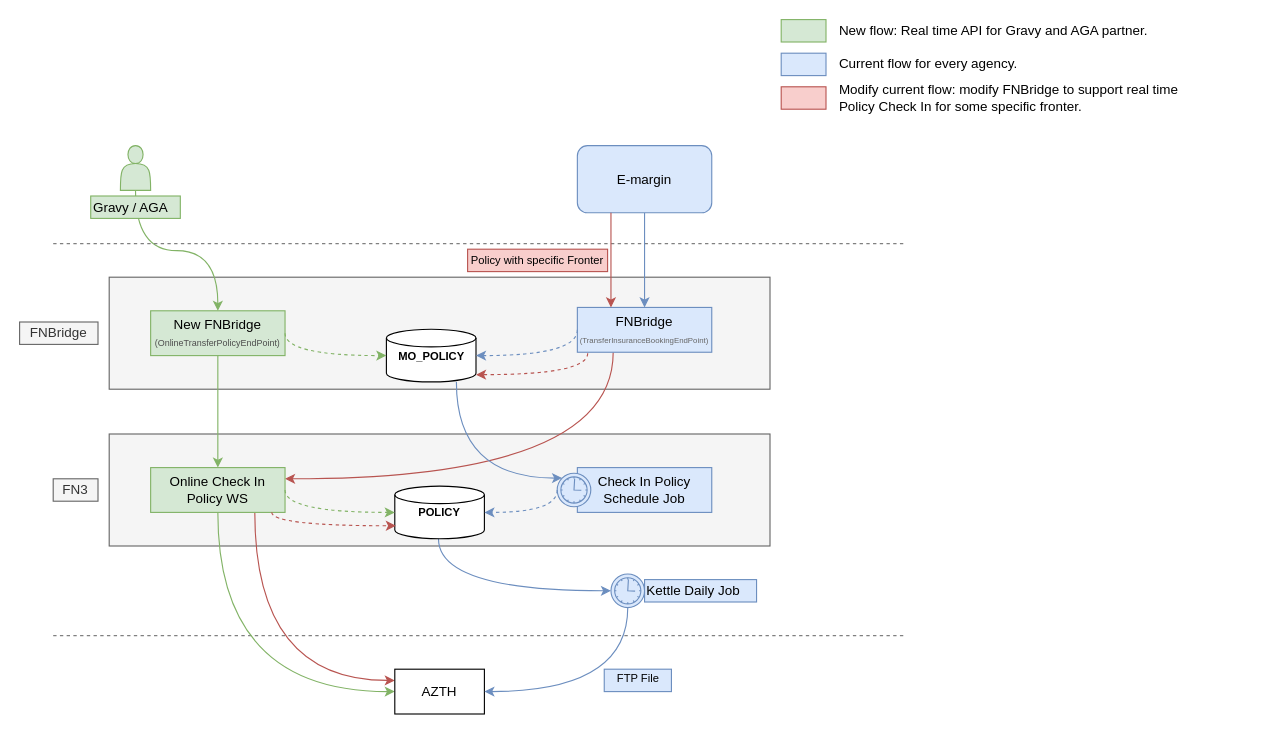
phatcharalaw/my-doc keeps this draw.io diagram as AZTH-NewFNBridgeAPI.drawio. Above is the earlier version. Source tidied: cells renumbered, new cells numbered last; positions are measured from the earlier drawing's top-left corner, leaving out a move shared by most shapes. Both pictures are drawn from the tidied source at 112%, with x=0, y=0 at pixel (19, 19).
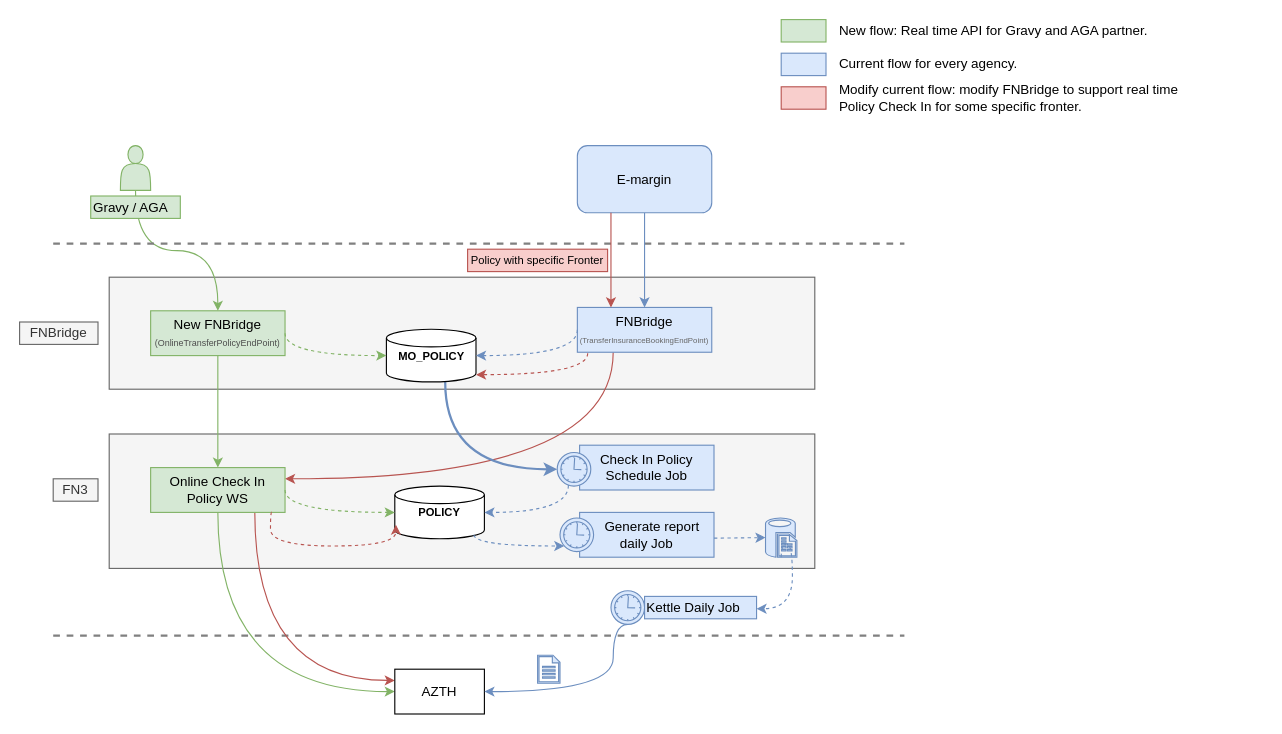
After the change.

The change refers to these unchanged cells:
```xml
<mxCell id="17" value="Online Check In Policy WS" style="rounded=0;whiteSpace=wrap;html=1;fillColor=#d5e8d4;strokeColor=#82b366;" parent="1" vertex="1">
  <mxGeometry x="117" y="400" width="120" height="40" as="geometry" />
</mxCell>
<mxCell id="21" value="MO_POLICY" style="strokeWidth=1;html=1;shape=mxgraph.flowchart.database;whiteSpace=wrap;fontSize=10;fontStyle=1;" parent="1" vertex="1">
  <mxGeometry x="327.5" y="276.5" width="80" height="47" as="geometry" />
</mxCell>
<mxCell id="22" value="AZTH" style="rounded=0;whiteSpace=wrap;html=1;strokeWidth=1;" parent="1" vertex="1">
  <mxGeometry x="335" y="580" width="80" height="40" as="geometry" />
</mxCell>
<mxCell id="24" value="POLICY" style="strokeWidth=1;html=1;shape=mxgraph.flowchart.database;whiteSpace=wrap;fontSize=10;fontStyle=1;" parent="1" vertex="1">
  <mxGeometry x="335" y="416.5" width="80" height="47" as="geometry" />
</mxCell>
```

Change to the diagram source:
```diff
@@
     <mxCell id="2" style="rounded=0;whiteSpace=wrap;html=1;strokeColor=#666666;fillColor=#f5f5f5;fontColor=#333333;" parent="1" vertex="1">
-      <mxGeometry x="80" y="370" width="590" height="100" as="geometry" />
+      <mxGeometry x="80" y="370" width="630" height="120" as="geometry" />
     </mxCell>
     <mxCell id="3" style="rounded=0;whiteSpace=wrap;html=1;strokeColor=#666666;fillColor=#f5f5f5;fontColor=#333333;" parent="1" vertex="1">
-      <mxGeometry x="80" y="230" width="590" height="100" as="geometry" />
+      <mxGeometry x="80" y="230" width="630" height="100" as="geometry" />
     </mxCell>
@@
-    <mxCell id="7" style="endArrow=none;dashed=1;html=1;strokeColor=#808080;" parent="1" edge="1">
+    <mxCell id="7" style="endArrow=none;dashed=1;html=1;strokeColor=#808080;strokeWidth=2;" parent="1" edge="1">
       <mxGeometry relative="1" as="geometry">
         <mxPoint x="30" y="200" as="sourcePoint" />
         <mxPoint x="790" y="200" as="targetPoint" />
       </mxGeometry>
     </mxCell>
-    <mxCell id="8" style="endArrow=none;dashed=1;html=1;strokeColor=#808080;" parent="1" edge="1">
+    <mxCell id="8" style="endArrow=none;dashed=1;html=1;strokeColor=#808080;strokeWidth=2;" parent="1" edge="1">
       <mxGeometry relative="1" as="geometry">
         <mxPoint x="30" y="550" as="sourcePoint" />
         <mxPoint x="790" y="550" as="targetPoint" />
       </mxGeometry>
     </mxCell>
@@
     <mxCell id="18" value="Check In Policy Schedule Job" style="rounded=0;whiteSpace=wrap;html=1;fillColor=#dae8fc;strokeColor=#6c8ebf;" parent="1" vertex="1">
-      <mxGeometry x="498" y="400" width="120" height="40" as="geometry" />
+      <mxGeometry x="500" y="380" width="120" height="40" as="geometry" />
     </mxCell>
     <mxCell id="19" style="shape=mxgraph.bpmn.shape;html=1;verticalLabelPosition=bottom;labelBackgroundColor=#ffffff;verticalAlign=top;align=center;perimeter=ellipsePerimeter;outlineConnect=0;outline=standard;symbol=timer;fillColor=#dae8fc;strokeColor=#6c8ebf;" parent="1" vertex="1">
-      <mxGeometry x="480" y="405" width="30" height="30" as="geometry" />
+      <mxGeometry x="480" y="386.5" width="30" height="30" as="geometry" />
     </mxCell>
-    <mxCell id="20" style="edgeStyle=orthogonalEdgeStyle;curved=1;rounded=0;jettySize=auto;html=1;entryX=0.145;entryY=0.145;entryDx=0;entryDy=0;fillColor=#dae8fc;strokeColor=#6c8ebf;entryPerimeter=0;" parent="1" edge="1" source="21" target="19">
+    <mxCell id="20" style="edgeStyle=orthogonalEdgeStyle;curved=1;rounded=0;jettySize=auto;html=1;fillColor=#dae8fc;strokeColor=#6c8ebf;entryX=0;entryY=0.5;entryDx=0;entryDy=0;strokeWidth=2;" parent="1" edge="1" source="21" target="19">
       <mxGeometry relative="1" as="geometry">
         <Array as="points">
-          <mxPoint x="390" y="409" />
+          <mxPoint x="380" y="401" />
         </Array>
       </mxGeometry>
     </mxCell>
@@
-    <mxCell id="23" style="edgeStyle=orthogonalEdgeStyle;curved=1;rounded=0;jettySize=auto;html=1;entryX=0;entryY=0.5;entryDx=0;entryDy=0;fillColor=#dae8fc;strokeColor=#6c8ebf;" parent="1" edge="1" source="24" target="28">
-      <mxGeometry relative="1" as="geometry">
-        <Array as="points">
-          <mxPoint x="374" y="510" />
-        </Array>
-      </mxGeometry>
-    </mxCell>
@@
-    <mxCell id="27" style="edgeStyle=orthogonalEdgeStyle;curved=1;rounded=0;jettySize=auto;html=1;entryX=1;entryY=0.5;entryDx=0;entryDy=0;fillColor=#dae8fc;strokeColor=#6c8ebf;" parent="1" edge="1" source="28" target="22">
+    <mxCell id="27" style="edgeStyle=orthogonalEdgeStyle;curved=1;rounded=0;jettySize=auto;html=1;entryX=1;entryY=0.5;entryDx=0;entryDy=0;fillColor=#dae8fc;strokeColor=#6c8ebf;exitX=0.5;exitY=1;exitDx=0;exitDy=0;" parent="1" edge="1" source="28" target="22">
       <mxGeometry relative="1" as="geometry">
         <Array as="points">
-          <mxPoint x="543" y="600" />
+          <mxPoint x="530" y="540" />
+          <mxPoint x="530" y="600" />
         </Array>
       </mxGeometry>
     </mxCell>
     <mxCell id="28" style="shape=mxgraph.bpmn.shape;html=1;verticalLabelPosition=bottom;labelBackgroundColor=#ffffff;verticalAlign=top;align=center;perimeter=ellipsePerimeter;outlineConnect=0;outline=standard;symbol=timer;fillColor=#dae8fc;strokeColor=#6c8ebf;" parent="1" vertex="1">
-      <mxGeometry x="528" y="495" width="30" height="30" as="geometry" />
+      <mxGeometry x="528" y="510" width="30" height="30" as="geometry" />
     </mxCell>
     <mxCell id="29" value="Kettle Daily Job" style="text;html=1;points=[];align=left;verticalAlign=top;spacingTop=-4;fillColor=#dae8fc;strokeColor=#6c8ebf;" parent="1" vertex="1">
-      <mxGeometry x="558" y="500" width="100" height="20" as="geometry" />
+      <mxGeometry x="558" y="515" width="100" height="20" as="geometry" />
     </mxCell>
@@
-    <mxCell id="33" style="endArrow=classic;html=1;entryX=1;entryY=0.5;entryDx=0;entryDy=0;entryPerimeter=0;exitX=0;exitY=0.5;exitDx=0;exitDy=0;edgeStyle=orthogonalEdgeStyle;curved=1;fillColor=#dae8fc;strokeColor=#6c8ebf;dashed=1;" parent="1" edge="1" source="19" target="24">
+    <mxCell id="33" style="endArrow=classic;html=1;entryX=1;entryY=0.5;entryDx=0;entryDy=0;entryPerimeter=0;edgeStyle=orthogonalEdgeStyle;curved=1;fillColor=#dae8fc;strokeColor=#6c8ebf;dashed=1;" parent="1" edge="1" source="19" target="24">
       <mxGeometry relative="1" as="geometry">
         <Array as="points">
-          <mxPoint x="480" y="440" />
+          <mxPoint x="490" y="440" />
         </Array>
       </mxGeometry>
     </mxCell>
@@
-    <mxCell id="36" style="endArrow=classic;html=1;strokeColor=#b85450;entryX=0.012;entryY=0.754;entryDx=0;entryDy=0;entryPerimeter=0;exitX=0.901;exitY=0.994;exitDx=0;exitDy=0;exitPerimeter=0;edgeStyle=orthogonalEdgeStyle;curved=1;fillColor=#f8cecc;dashed=1;" parent="1" edge="1" source="17" target="24">
+    <mxCell id="36" style="endArrow=classic;html=1;strokeColor=#b85450;exitX=0.901;exitY=0.994;exitDx=0;exitDy=0;exitPerimeter=0;edgeStyle=orthogonalEdgeStyle;curved=1;fillColor=#f8cecc;dashed=1;" parent="1" edge="1" source="17">
       <mxGeometry relative="1" as="geometry">
+        <mxPoint x="336" y="451" as="targetPoint" />
         <Array as="points">
-          <mxPoint x="225" y="452" />
+          <mxPoint x="224" y="470" />
+          <mxPoint x="336" y="470" />
         </Array>
       </mxGeometry>
     </mxCell>
@@
-    <mxCell id="38" value="FTP File" style="text;html=1;align=center;verticalAlign=top;spacingTop=-4;fillColor=#dae8fc;strokeColor=#6c8ebf;fontSize=10;" parent="1" vertex="1">
-      <mxGeometry x="522" y="580" width="60" height="20" as="geometry" />
-    </mxCell>
@@
+    <mxCell id="45" style="shadow=0;dashed=0;html=1;strokeColor=#6c8ebf;labelPosition=center;verticalLabelPosition=bottom;verticalAlign=top;align=center;shape=mxgraph.mscae.enterprise.document;fillColor=#dae8fc;" parent="1" vertex="1">
+      <mxGeometry x="462.5" y="567.5" width="20" height="25" as="geometry" />
+    </mxCell>
+    <mxCell id="46" value="&amp;nbsp; &amp;nbsp;Generate report daily Job" style="rounded=0;whiteSpace=wrap;html=1;fillColor=#dae8fc;strokeColor=#6c8ebf;" parent="1" vertex="1">
+      <mxGeometry x="500" y="440" width="120" height="40" as="geometry" />
+    </mxCell>
+    <mxCell id="47" style="endArrow=classic;html=1;exitX=0.883;exitY=0.925;exitDx=0;exitDy=0;exitPerimeter=0;edgeStyle=orthogonalEdgeStyle;curved=1;dashed=1;fillColor=#dae8fc;strokeColor=#6c8ebf;" parent="1" edge="1" source="24" target="48">
+      <mxGeometry relative="1" as="geometry">
+        <Array as="points">
+          <mxPoint x="406" y="470" />
+        </Array>
+      </mxGeometry>
+    </mxCell>
+    <mxCell id="48" style="shape=mxgraph.bpmn.shape;html=1;verticalLabelPosition=bottom;labelBackgroundColor=#ffffff;verticalAlign=top;align=center;perimeter=ellipsePerimeter;outlineConnect=0;outline=standard;symbol=timer;fillColor=#dae8fc;strokeColor=#6c8ebf;" parent="1" vertex="1">
+      <mxGeometry x="482.5" y="445" width="30" height="30" as="geometry" />
+    </mxCell>
+    <mxCell id="49" style="verticalLabelPosition=bottom;html=1;verticalAlign=top;align=center;strokeColor=#6c8ebf;fillColor=#dae8fc;shape=mxgraph.azure.sql_reporting;" parent="1" vertex="1">
+      <mxGeometry x="666" y="445" width="28" height="35" as="geometry" />
+    </mxCell>
+    <mxCell id="50" style="endArrow=classic;html=1;dashed=1;entryX=0;entryY=0.5;entryDx=0;entryDy=0;entryPerimeter=0;fillColor=#dae8fc;strokeColor=#6c8ebf;" parent="1" edge="1" target="49">
+      <mxGeometry relative="1" as="geometry">
+        <mxPoint x="620" y="463" as="sourcePoint" />
+      </mxGeometry>
+    </mxCell>
+    <mxCell id="51" style="endArrow=classic;html=1;dashed=1;exitX=0.5;exitY=1;exitDx=0;exitDy=0;exitPerimeter=0;edgeStyle=orthogonalEdgeStyle;curved=1;fillColor=#dae8fc;strokeColor=#6c8ebf;" parent="1" edge="1" source="49" target="29">
+      <mxGeometry relative="1" as="geometry">
+        <Array as="points">
+          <mxPoint x="680" y="468" />
+          <mxPoint x="690" y="468" />
+          <mxPoint x="690" y="526" />
+        </Array>
+      </mxGeometry>
+    </mxCell>
```
